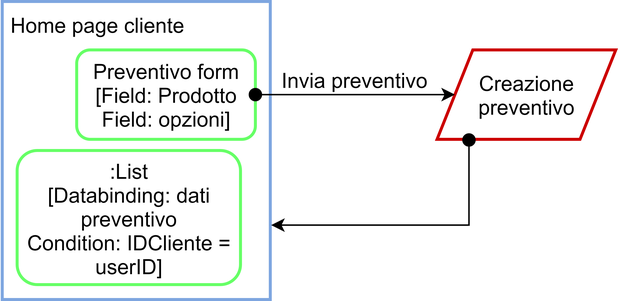
Above: Diagrams/Diagram2.png in t4ncred1/LuxuryCars_TIW2020 (draw.io), before the change. Source tidied: cells renumbered, new cells last; positions are measured from the earlier drawing's top-left corner, leaving out a move shared by most shapes. The source it was exported from:
```xml
<mxGraphModel>
  <root>
    <mxCell id="0" />
    <mxCell id="1" parent="0" />
    <mxCell id="2" style="group;" parent="1" vertex="1">
      <mxGeometry y="0.5" width="180" height="200" as="geometry" />
    </mxCell>
    <mxCell id="3" value="Home page cliente" style="rounded=0;whiteSpace=wrap;html=1;strokeColor=#7EA6E0;fillColor=none;verticalAlign=top;align=left;spacing=2;spacingLeft=3;strokeWidth=2;fontSize=14;" parent="2" vertex="1">
      <mxGeometry width="180" height="200" as="geometry" />
    </mxCell>
    <mxCell id="4" value="Preventivo form&lt;br&gt;[Field: Prodotto&lt;br&gt;Field: opzioni]" style="rounded=1;whiteSpace=wrap;html=1;strokeColor=#66FF66;strokeWidth=2;fillColor=none;fontSize=14;align=center;" parent="2" vertex="1">
      <mxGeometry x="50" y="32.5" width="120" height="60" as="geometry" />
    </mxCell>
    <mxCell id="5" value=":List&lt;br&gt;[Databinding: dati preventivo&lt;br&gt;Condition: IDCliente = userID]" style="rounded=1;whiteSpace=wrap;html=1;strokeColor=#66FF66;strokeWidth=2;fillColor=none;fontSize=14;align=center;" parent="2" vertex="1">
      <mxGeometry x="10" y="100" width="150" height="90" as="geometry" />
    </mxCell>
    <mxCell id="6" value="Creazione&lt;br&gt;preventivo" style="shape=parallelogram;perimeter=parallelogramPerimeter;whiteSpace=wrap;html=1;strokeColor=#CC0000;strokeWidth=2;fillColor=none;fontSize=14;align=center;" parent="1" vertex="1">
      <mxGeometry x="292" y="33" width="120" height="60" as="geometry" />
    </mxCell>
    <mxCell id="7" style="endArrow=classic;html=1;fontSize=14;startArrow=oval;startFill=1;endFill=1;startSize=8;exitX=1;exitY=0.5;exitDx=0;exitDy=0;entryX=0;entryY=0.5;entryDx=0;entryDy=0;" parent="1" edge="1" source="4" target="6">
      <mxGeometry relative="1" as="geometry" />
    </mxCell>
    <mxCell id="8" value="Invia preventivo" style="text;html=1;align=center;verticalAlign=middle;labelBackgroundColor=#ffffff;fontSize=14;" parent="7" vertex="1">
      <mxGeometry x="-0.47" y="-2" relative="1" as="geometry">
        <mxPoint x="30.5" y="-13" as="offset" />
      </mxGeometry>
    </mxCell>
    <mxCell id="9" style="endArrow=classic;html=1;fontSize=14;startArrow=oval;startFill=1;endFill=1;startSize=8;exitX=0.175;exitY=1;exitDx=0;exitDy=0;exitPerimeter=0;entryX=1;entryY=0.75;entryDx=0;entryDy=0;rounded=0;edgeStyle=orthogonalEdgeStyle;" parent="1" edge="1" source="6" target="3">
      <mxGeometry relative="1" as="geometry" />
    </mxCell>
  </root>
</mxGraphModel>
```
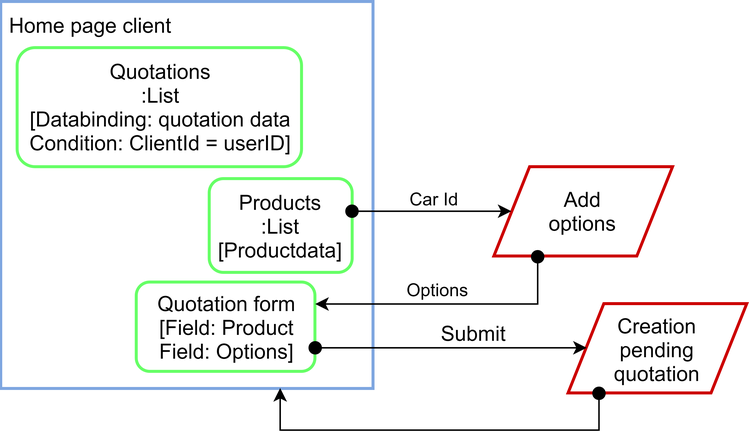
After the change.

What changed in the source:
```diff
@@ -2,31 +2,68 @@
   <root>
     <mxCell id="0" />
     <mxCell id="1" parent="0" />
-    <mxCell id="2" style="group;" parent="1" vertex="1">
-      <mxGeometry y="0.5" width="180" height="200" as="geometry" />
+    <mxCell id="2" style="group;labelBackgroundColor=none;" parent="1" vertex="1">
+      <mxGeometry y="0.5" width="250" height="260" as="geometry" />
     </mxCell>
-    <mxCell id="3" value="Home page cliente" style="rounded=0;whiteSpace=wrap;html=1;strokeColor=#7EA6E0;fillColor=none;verticalAlign=top;align=left;spacing=2;spacingLeft=3;strokeWidth=2;fontSize=14;" parent="2" vertex="1">
-      <mxGeometry width="180" height="200" as="geometry" />
+    <mxCell id="3" value="Home page client" style="rounded=0;whiteSpace=wrap;html=1;strokeColor=#7EA6E0;fillColor=none;verticalAlign=top;align=left;spacing=2;spacingLeft=3;strokeWidth=2;fontSize=14;labelBackgroundColor=none;" parent="2" vertex="1">
+      <mxGeometry width="250" height="260" as="geometry" />
     </mxCell>
-    <mxCell id="4" value="Preventivo form&lt;br&gt;[Field: Prodotto&lt;br&gt;Field: opzioni]" style="rounded=1;whiteSpace=wrap;html=1;strokeColor=#66FF66;strokeWidth=2;fillColor=none;fontSize=14;align=center;" parent="2" vertex="1">
-      <mxGeometry x="50" y="32.5" width="120" height="60" as="geometry" />
+    <mxCell id="4" value="Products&lt;br&gt;:List&lt;br&gt;[Productdata]" style="rounded=1;whiteSpace=wrap;html=1;strokeColor=#66FF66;strokeWidth=2;fillColor=none;fontSize=14;align=center;labelBackgroundColor=none;" parent="2" vertex="1">
+      <mxGeometry x="140" y="119" width="96" height="63" as="geometry" />
     </mxCell>
-    <mxCell id="5" value=":List&lt;br&gt;[Databinding: dati preventivo&lt;br&gt;Condition: IDCliente = userID]" style="rounded=1;whiteSpace=wrap;html=1;strokeColor=#66FF66;strokeWidth=2;fillColor=none;fontSize=14;align=center;" parent="2" vertex="1">
-      <mxGeometry x="10" y="100" width="150" height="90" as="geometry" />
+    <mxCell id="5" value="Quotations&lt;br&gt;:List&lt;br&gt;[Databinding: quotation data&lt;br&gt;Condition: ClientId = userID]" style="rounded=1;whiteSpace=wrap;html=1;strokeColor=#66FF66;strokeWidth=2;fillColor=none;fontSize=14;align=center;labelBackgroundColor=none;" parent="2" vertex="1">
+      <mxGeometry x="11" y="31" width="191" height="80" as="geometry" />
     </mxCell>
-    <mxCell id="6" value="Creazione&lt;br&gt;preventivo" style="shape=parallelogram;perimeter=parallelogramPerimeter;whiteSpace=wrap;html=1;strokeColor=#CC0000;strokeWidth=2;fillColor=none;fontSize=14;align=center;" parent="1" vertex="1">
-      <mxGeometry x="292" y="33" width="120" height="60" as="geometry" />
+    <mxCell id="6" value="Quotation form&lt;br&gt;[Field: Product&lt;br&gt;Field: Options]" style="rounded=1;whiteSpace=wrap;html=1;strokeColor=#66FF66;strokeWidth=2;fillColor=none;fontSize=14;align=center;labelBackgroundColor=none;" parent="2" vertex="1">
+      <mxGeometry x="91" y="188.5" width="120" height="60" as="geometry" />
     </mxCell>
-    <mxCell id="7" style="endArrow=classic;html=1;fontSize=14;startArrow=oval;startFill=1;endFill=1;startSize=8;exitX=1;exitY=0.5;exitDx=0;exitDy=0;entryX=0;entryY=0.5;entryDx=0;entryDy=0;" parent="1" edge="1" source="4" target="6">
-      <mxGeometry relative="1" as="geometry" />
+    <mxCell id="7" value="Creation&lt;br&gt;pending&lt;br&gt;quotation" style="shape=parallelogram;perimeter=parallelogramPerimeter;whiteSpace=wrap;html=1;strokeColor=#CC0000;strokeWidth=2;fillColor=none;fontSize=14;align=center;labelBackgroundColor=none;" parent="1" vertex="1">
+      <mxGeometry x="381" y="203.5" width="120" height="60" as="geometry" />
     </mxCell>
-    <mxCell id="8" value="Invia preventivo" style="text;html=1;align=center;verticalAlign=middle;labelBackgroundColor=#ffffff;fontSize=14;" parent="7" vertex="1">
-      <mxGeometry x="-0.47" y="-2" relative="1" as="geometry">
-        <mxPoint x="30.5" y="-13" as="offset" />
+    <mxCell id="8" style="endArrow=classic;html=1;fontSize=14;startArrow=oval;startFill=1;endFill=1;startSize=8;rounded=0;edgeStyle=orthogonalEdgeStyle;entryX=0;entryY=0.5;entryDx=0;entryDy=0;labelBackgroundColor=none;" parent="1" edge="1" target="7">
+      <mxGeometry relative="1" as="geometry">
+        <mxPoint x="211.2" y="233.2" as="sourcePoint" />
+        <Array as="points">
+          <mxPoint x="296" y="233" />
+        </Array>
       </mxGeometry>
     </mxCell>
-    <mxCell id="9" style="endArrow=classic;html=1;fontSize=14;startArrow=oval;startFill=1;endFill=1;startSize=8;exitX=0.175;exitY=1;exitDx=0;exitDy=0;exitPerimeter=0;entryX=1;entryY=0.75;entryDx=0;entryDy=0;rounded=0;edgeStyle=orthogonalEdgeStyle;" parent="1" edge="1" source="6" target="3">
-      <mxGeometry relative="1" as="geometry" />
+    <mxCell id="9" value="Submit" style="text;html=1;align=center;verticalAlign=middle;labelBackgroundColor=none;fontSize=14;" parent="8" vertex="1">
+      <mxGeometry x="-0.47" y="-2" relative="1" as="geometry">
+        <mxPoint x="57.5" y="-13" as="offset" />
+      </mxGeometry>
     </mxCell>
+    <mxCell id="10" style="endArrow=classic;html=1;fontSize=14;startArrow=oval;startFill=1;endFill=1;startSize=8;exitX=0.175;exitY=1;exitDx=0;exitDy=0;exitPerimeter=0;rounded=0;entryX=0.75;entryY=1;entryDx=0;entryDy=0;edgeStyle=orthogonalEdgeStyle;labelBackgroundColor=none;" parent="1" edge="1" source="7" target="3">
+      <mxGeometry relative="1" as="geometry">
+        <Array as="points">
+          <mxPoint x="402" y="289" />
+          <mxPoint x="188" y="289" />
+        </Array>
+      </mxGeometry>
+    </mxCell>
+    <mxCell id="11" value="Add&lt;br&gt;options" style="shape=parallelogram;perimeter=parallelogramPerimeter;whiteSpace=wrap;html=1;strokeColor=#CC0000;strokeWidth=2;fillColor=none;fontSize=14;align=center;labelBackgroundColor=none;" parent="1" vertex="1">
+      <mxGeometry x="331.2" y="111.5" width="120" height="60" as="geometry" />
+    </mxCell>
+    <mxCell id="12" style="endArrow=classic;html=1;fontSize=14;startArrow=oval;startFill=1;endFill=1;startSize=8;entryX=0;entryY=0.5;entryDx=0;entryDy=0;edgeStyle=orthogonalEdgeStyle;labelBackgroundColor=none;" parent="1" edge="1" target="11">
+      <mxGeometry relative="1" as="geometry">
+        <mxPoint x="235.9" y="141.4" as="sourcePoint" />
+        <Array as="points">
+          <mxPoint x="290" y="141" />
+        </Array>
+      </mxGeometry>
+    </mxCell>
+    <mxCell id="13" value="Car Id" style="text;html=1;align=center;verticalAlign=middle;labelBackgroundColor=none;" parent="12" vertex="1">
+      <mxGeometry x="-0.25" y="1" relative="1" as="geometry">
+        <mxPoint x="15" y="-8.5" as="offset" />
+      </mxGeometry>
+    </mxCell>
+    <mxCell id="14" style="endArrow=classic;html=1;fontSize=14;startArrow=oval;startFill=1;endFill=1;startSize=8;exitX=0.25;exitY=1;exitDx=0;exitDy=0;rounded=0;entryX=1;entryY=0.25;entryDx=0;entryDy=0;edgeStyle=orthogonalEdgeStyle;labelBackgroundColor=none;" parent="1" edge="1" source="11" target="6">
+      <mxGeometry relative="1" as="geometry" />
+    </mxCell>
+    <mxCell id="15" value="Options" style="text;html=1;align=center;verticalAlign=middle;labelBackgroundColor=none;" parent="14" vertex="1">
+      <mxGeometry x="0.32" y="-3" relative="1" as="geometry">
+        <mxPoint x="21" y="-7" as="offset" />
+      </mxGeometry>
+    </mxCell>
   </root>
 </mxGraphModel>
```
